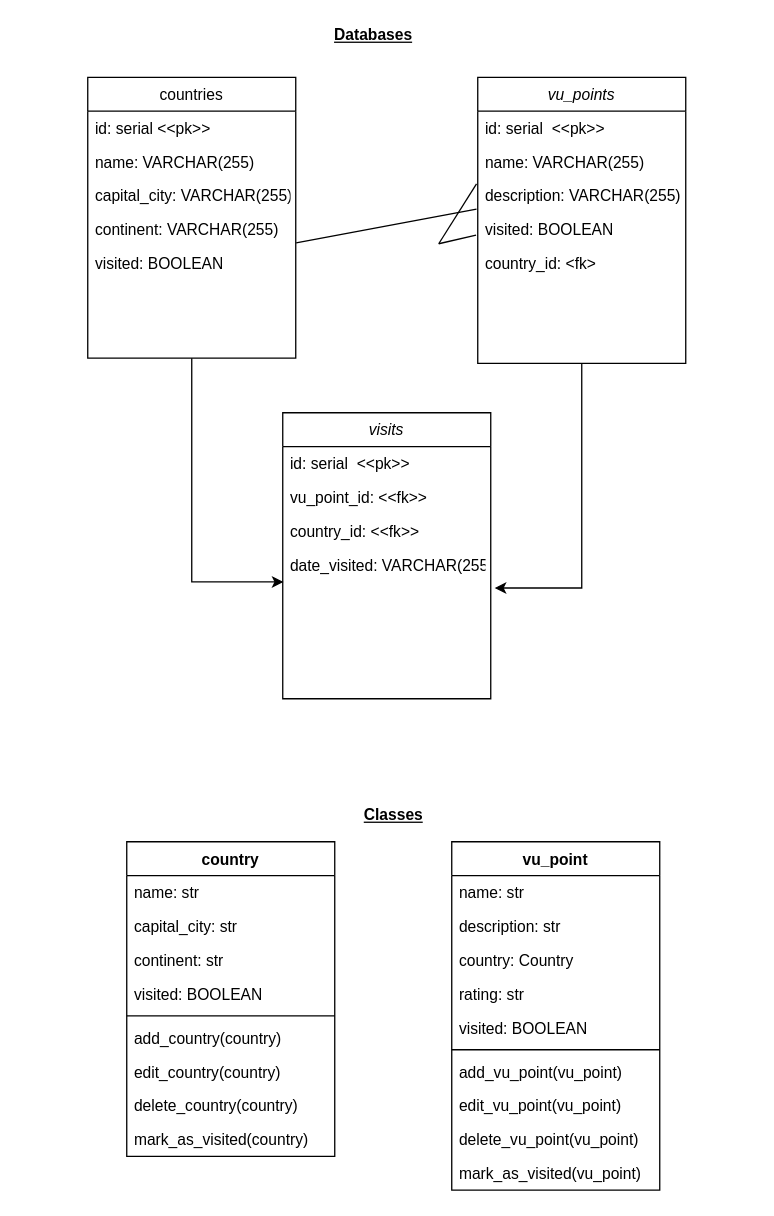
This is vu_app_diagrams.drawio from crwils/VU-TravelTrackerApp, a draw.io file, before an edit. Source tidied: cells renumbered, new cells numbered last; positions are measured from the earlier drawing's top-left corner, leaving out a move shared by most shapes. Both pictures are drawn from the tidied source at 130%, with x=0, y=0 at pixel (87, 22).
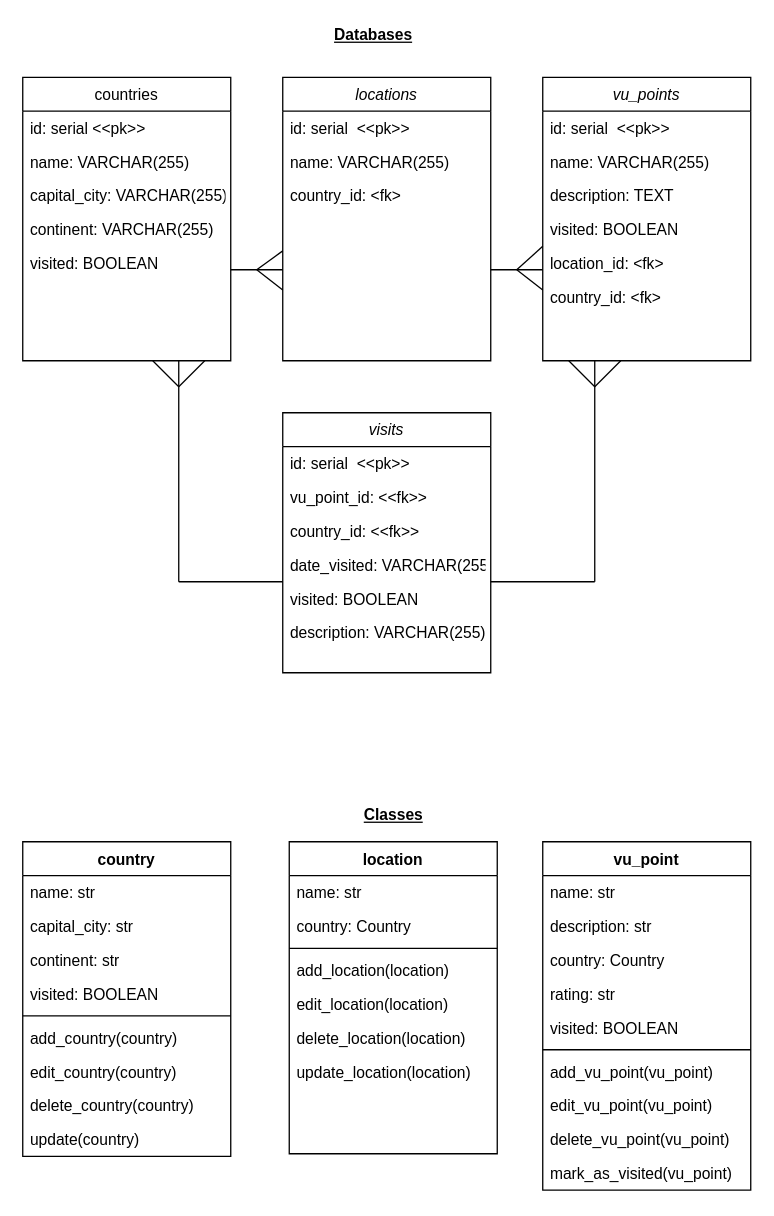
Above is the later version.

Unchanged cells that the change refers to:
```xml
<mxCell id="7" value="continent: VARCHAR(255)" style="text;align=left;verticalAlign=top;spacingLeft=4;spacingRight=4;overflow=hidden;points=[[0,0.5],[1,0.5]];portConstraint=eastwest;rounded=0;shadow=0;html=0;" parent="3" vertex="1">
  <mxGeometry y="104" width="160" height="26" as="geometry" />
</mxCell>
<mxCell id="14" value="visited: BOOLEAN" style="text;align=left;verticalAlign=top;spacingLeft=4;spacingRight=4;overflow=hidden;points=[[0,0.5],[1,0.5]];portConstraint=eastwest;rounded=0;shadow=0;html=0;" parent="10" vertex="1">
  <mxGeometry y="104" width="160" height="26" as="geometry" />
</mxCell>
```

What changed in the source:
```diff
@@
-    <mxCell id="2" style="edgeStyle=orthogonalEdgeStyle;rounded=0;jettySize=auto;html=1;exitX=0.5;exitY=1;exitDx=0;exitDy=0;entryX=0.004;entryY=0.005;entryDx=0;entryDy=0;entryPerimeter=0;" parent="1" edge="1" source="3">
-      <mxGeometry relative="1" as="geometry">
-        <mxPoint x="150.6" y="430.1" as="targetPoint" />
-        <Array as="points">
-          <mxPoint x="80" y="430" />
-        </Array>
-      </mxGeometry>
-    </mxCell>
     <mxCell id="3" value="countries" style="swimlane;fontStyle=0;align=center;verticalAlign=top;horizontal=1;startSize=26;rounded=0;shadow=0;strokeWidth=1;" parent="1" vertex="1">
-      <mxGeometry y="42" width="160" height="216" as="geometry" />
+      <mxGeometry x="-50" y="42" width="160" height="218" as="geometry" />
     </mxCell>
@@
-    <mxCell id="9" style="edgeStyle=orthogonalEdgeStyle;rounded=0;jettySize=auto;html=1;entryX=1.019;entryY=0.186;entryDx=0;entryDy=0;entryPerimeter=0;" parent="1" edge="1" source="10">
-      <mxGeometry relative="1" as="geometry">
-        <mxPoint x="313" y="434.8" as="targetPoint" />
-        <Array as="points">
-          <mxPoint x="380" y="435" />
-        </Array>
-      </mxGeometry>
-    </mxCell>
     <mxCell id="10" value="vu_points" style="swimlane;fontStyle=2;align=center;verticalAlign=top;horizontal=1;startSize=26;rounded=0;shadow=0;strokeWidth=1;" parent="1" vertex="1">
-      <mxGeometry x="300" y="42" width="160" height="220" as="geometry" />
+      <mxGeometry x="350" y="42" width="160" height="218" as="geometry" />
     </mxCell>
@@
-    <mxCell id="13" value="description: VARCHAR(255)" style="text;align=left;verticalAlign=top;spacingLeft=4;spacingRight=4;overflow=hidden;points=[[0,0.5],[1,0.5]];portConstraint=eastwest;rounded=0;shadow=0;html=0;" parent="10" vertex="1">
+    <mxCell id="13" value="description: TEXT" style="text;align=left;verticalAlign=top;spacingLeft=4;spacingRight=4;overflow=hidden;points=[[0,0.5],[1,0.5]];portConstraint=eastwest;rounded=0;shadow=0;html=0;" parent="10" vertex="1">
       <mxGeometry y="78" width="160" height="26" as="geometry" />
     </mxCell>
@@
+    <mxCell id="47" value="location_id: &lt;fk&gt;" style="text;align=left;verticalAlign=top;spacingLeft=4;spacingRight=4;overflow=hidden;rounded=0;shadow=0;html=0;" parent="10" vertex="1">
+      <mxGeometry y="130" width="160" height="26" as="geometry" />
+    </mxCell>
     <mxCell id="15" value="country_id: &lt;fk&gt;" style="text;align=left;verticalAlign=top;spacingLeft=4;spacingRight=4;overflow=hidden;rounded=0;shadow=0;html=0;" parent="10" vertex="1">
-      <mxGeometry y="130" width="160" height="26" as="geometry" />
+      <mxGeometry y="156" width="160" height="26" as="geometry" />
     </mxCell>
@@
     <mxCell id="17" value="visits&#10;" style="swimlane;fontStyle=2;align=center;verticalAlign=top;horizontal=1;startSize=26;rounded=0;shadow=0;strokeWidth=1;" parent="1" vertex="1">
-      <mxGeometry x="150" y="300" width="160" height="220" as="geometry" />
+      <mxGeometry x="150" y="300" width="160" height="200" as="geometry" />
     </mxCell>
@@
+    <mxCell id="48" value="visited: BOOLEAN" style="text;align=left;verticalAlign=top;spacingLeft=4;spacingRight=4;overflow=hidden;points=[[0,0.5],[1,0.5]];portConstraint=eastwest;rounded=0;shadow=0;html=0;" parent="17" vertex="1">
+      <mxGeometry y="130" width="160" height="26" as="geometry" />
+    </mxCell>
+    <mxCell id="49" value="description: VARCHAR(255)" style="text;align=left;verticalAlign=top;spacingLeft=4;spacingRight=4;overflow=hidden;rounded=0;shadow=0;html=0;" parent="17" vertex="1">
+      <mxGeometry y="156" width="160" height="26" as="geometry" />
+    </mxCell>
@@
     <mxCell id="23" value="country" style="swimlane;fontStyle=1;align=center;verticalAlign=top;horizontal=1;startSize=26;" parent="1" vertex="1">
-      <mxGeometry x="30" y="630" width="160" height="242" as="geometry" />
+      <mxGeometry x="-50" y="630" width="160" height="242" as="geometry" />
     </mxCell>
@@
-    <mxCell id="32" value="mark_as_visited(country)" style="text;strokeColor=none;fillColor=none;align=left;verticalAlign=top;spacingLeft=4;spacingRight=4;overflow=hidden;" parent="23" vertex="1">
+    <mxCell id="32" value="update(country)" style="text;strokeColor=none;fillColor=none;align=left;verticalAlign=top;spacingLeft=4;spacingRight=4;overflow=hidden;" parent="23" vertex="1">
       <mxGeometry y="216" width="160" height="26" as="geometry" />
     </mxCell>
     <mxCell id="33" value="vu_point" style="swimlane;fontStyle=1;align=center;verticalAlign=top;horizontal=1;startSize=26;" parent="1" vertex="1">
-      <mxGeometry x="280" y="630" width="160" height="268" as="geometry" />
+      <mxGeometry x="350" y="630" width="160" height="268" as="geometry" />
     </mxCell>
@@
-    <mxCell id="44" style="endArrow=none;html=1;exitX=1.002;exitY=0.897;exitDx=0;exitDy=0;exitPerimeter=0;entryX=-0.006;entryY=0.897;entryDx=0;entryDy=0;entryPerimeter=0;" parent="1" edge="1" source="7" target="13">
-      <mxGeometry relative="1" as="geometry" />
-    </mxCell>
-    <mxCell id="45" style="endArrow=none;html=1;entryX=-0.008;entryY=0.667;entryDx=0;entryDy=0;entryPerimeter=0;" parent="1" edge="1" target="14">
-      <mxGeometry relative="1" as="geometry">
-        <mxPoint x="270" y="170" as="sourcePoint" />
-      </mxGeometry>
-    </mxCell>
-    <mxCell id="46" style="endArrow=none;html=1;entryX=-0.006;entryY=0.154;entryDx=0;entryDy=0;entryPerimeter=0;" parent="1" edge="1" target="13">
-      <mxGeometry relative="1" as="geometry">
-        <mxPoint x="270" y="170" as="sourcePoint" />
-      </mxGeometry>
-    </mxCell>
+    <mxCell id="50" value="locations" style="swimlane;fontStyle=2;align=center;verticalAlign=top;horizontal=1;startSize=26;rounded=0;shadow=0;strokeWidth=1;" parent="1" vertex="1">
+      <mxGeometry x="150" y="42" width="160" height="218" as="geometry" />
+    </mxCell>
+    <mxCell id="51" value="id: serial  &lt;&lt;pk&gt;&gt;" style="text;align=left;verticalAlign=top;spacingLeft=4;spacingRight=4;overflow=hidden;" parent="50" vertex="1">
+      <mxGeometry y="26" width="160" height="26" as="geometry" />
+    </mxCell>
+    <mxCell id="52" value="name: VARCHAR(255)" style="text;align=left;verticalAlign=top;spacingLeft=4;spacingRight=4;overflow=hidden;rounded=0;shadow=0;html=0;" parent="50" vertex="1">
+      <mxGeometry y="52" width="160" height="26" as="geometry" />
+    </mxCell>
+    <mxCell id="53" value="country_id: &lt;fk&gt;" style="text;align=left;verticalAlign=top;spacingLeft=4;spacingRight=4;overflow=hidden;rounded=0;shadow=0;html=0;" parent="50" vertex="1">
+      <mxGeometry y="78" width="160" height="26" as="geometry" />
+    </mxCell>
+    <mxCell id="54" style="endArrow=none;html=1;" parent="1" edge="1">
+      <mxGeometry relative="1" as="geometry">
+        <mxPoint x="110" y="190" as="sourcePoint" />
+        <mxPoint x="150" y="190" as="targetPoint" />
+      </mxGeometry>
+    </mxCell>
+    <mxCell id="55" style="endArrow=none;html=1;" parent="1" edge="1">
+      <mxGeometry relative="1" as="geometry">
+        <mxPoint x="310" y="190" as="sourcePoint" />
+        <mxPoint x="350" y="190" as="targetPoint" />
+      </mxGeometry>
+    </mxCell>
+    <mxCell id="56" style="endArrow=none;html=1;entryX=0;entryY=0.75;entryDx=0;entryDy=0;" parent="1" edge="1" target="50">
+      <mxGeometry relative="1" as="geometry">
+        <mxPoint x="130" y="190" as="sourcePoint" />
+      </mxGeometry>
+    </mxCell>
+    <mxCell id="57" style="endArrow=none;html=1;entryX=0;entryY=0.75;entryDx=0;entryDy=0;" parent="1" edge="1">
+      <mxGeometry relative="1" as="geometry">
+        <mxPoint x="130" y="190" as="sourcePoint" />
+        <mxPoint x="150" y="175.5" as="targetPoint" />
+      </mxGeometry>
+    </mxCell>
+    <mxCell id="58" style="endArrow=none;html=1;entryX=0;entryY=0.75;entryDx=0;entryDy=0;" parent="1" edge="1">
+      <mxGeometry relative="1" as="geometry">
+        <mxPoint x="330" y="190" as="sourcePoint" />
+        <mxPoint x="350" y="205.5" as="targetPoint" />
+      </mxGeometry>
+    </mxCell>
+    <mxCell id="59" style="endArrow=none;html=1;" parent="1" edge="1">
+      <mxGeometry relative="1" as="geometry">
+        <mxPoint x="330" y="190" as="sourcePoint" />
+        <mxPoint x="350" y="172" as="targetPoint" />
+      </mxGeometry>
+    </mxCell>
+    <mxCell id="60" style="endArrow=none;html=1;" parent="1" edge="1">
+      <mxGeometry relative="1" as="geometry">
+        <mxPoint x="70" y="430" as="sourcePoint" />
+        <mxPoint x="70" y="260" as="targetPoint" />
+      </mxGeometry>
+    </mxCell>
+    <mxCell id="61" style="endArrow=none;html=1;entryX=0;entryY=0;entryDx=0;entryDy=0;entryPerimeter=0;" parent="1" edge="1" target="48">
+      <mxGeometry relative="1" as="geometry">
+        <mxPoint x="70" y="430" as="sourcePoint" />
+      </mxGeometry>
+    </mxCell>
+    <mxCell id="62" style="endArrow=none;html=1;" parent="1" edge="1">
+      <mxGeometry relative="1" as="geometry">
+        <mxPoint x="390" y="430" as="sourcePoint" />
+        <mxPoint x="390" y="260" as="targetPoint" />
+      </mxGeometry>
+    </mxCell>
+    <mxCell id="63" style="endArrow=none;html=1;entryX=0;entryY=0;entryDx=0;entryDy=0;entryPerimeter=0;" parent="1" edge="1">
+      <mxGeometry relative="1" as="geometry">
+        <mxPoint x="310" y="430" as="sourcePoint" />
+        <mxPoint x="390" y="430" as="targetPoint" />
+      </mxGeometry>
+    </mxCell>
+    <mxCell id="64" style="endArrow=none;html=1;" parent="1" edge="1">
+      <mxGeometry relative="1" as="geometry">
+        <mxPoint x="70" y="280" as="sourcePoint" />
+        <mxPoint x="90" y="260" as="targetPoint" />
+      </mxGeometry>
+    </mxCell>
+    <mxCell id="65" style="endArrow=none;html=1;" parent="1" edge="1">
+      <mxGeometry relative="1" as="geometry">
+        <mxPoint x="70" y="280" as="sourcePoint" />
+        <mxPoint x="50" y="260" as="targetPoint" />
+      </mxGeometry>
+    </mxCell>
+    <mxCell id="66" style="endArrow=none;html=1;" parent="1" edge="1">
+      <mxGeometry relative="1" as="geometry">
+        <mxPoint x="390" y="280" as="sourcePoint" />
+        <mxPoint x="370" y="260" as="targetPoint" />
+      </mxGeometry>
+    </mxCell>
+    <mxCell id="67" style="endArrow=none;html=1;" parent="1" edge="1">
+      <mxGeometry relative="1" as="geometry">
+        <mxPoint x="390" y="280" as="sourcePoint" />
+        <mxPoint x="410" y="260" as="targetPoint" />
+      </mxGeometry>
+    </mxCell>
+    <mxCell id="68" value="location" style="swimlane;fontStyle=1;align=center;verticalAlign=top;horizontal=1;startSize=26;rounded=0;shadow=0;strokeWidth=1;" parent="1" vertex="1">
+      <mxGeometry x="155" y="630" width="160" height="240" as="geometry" />
+    </mxCell>
+    <mxCell id="69" value="name: str" style="text;align=left;verticalAlign=top;spacingLeft=4;spacingRight=4;overflow=hidden;" parent="68" vertex="1">
+      <mxGeometry y="26" width="160" height="26" as="geometry" />
+    </mxCell>
+    <mxCell id="70" value="country: Country" style="text;align=left;verticalAlign=top;spacingLeft=4;spacingRight=4;overflow=hidden;rounded=0;shadow=0;html=0;" parent="68" vertex="1">
+      <mxGeometry y="52" width="160" height="26" as="geometry" />
+    </mxCell>
+    <mxCell id="71" style="line;strokeWidth=1;fillColor=none;align=left;verticalAlign=middle;spacingTop=-1;spacingLeft=3;spacingRight=3;labelPosition=right;" parent="68" vertex="1">
+      <mxGeometry y="78" width="160" height="8" as="geometry" />
+    </mxCell>
+    <mxCell id="72" value="add_location(location)" style="text;strokeColor=none;fillColor=none;align=left;verticalAlign=top;spacingLeft=4;spacingRight=4;overflow=hidden;" parent="68" vertex="1">
+      <mxGeometry y="86" width="160" height="26" as="geometry" />
+    </mxCell>
+    <mxCell id="73" value="edit_location(location)" style="text;strokeColor=none;fillColor=none;align=left;verticalAlign=top;spacingLeft=4;spacingRight=4;overflow=hidden;" parent="68" vertex="1">
+      <mxGeometry y="112" width="160" height="26" as="geometry" />
+    </mxCell>
+    <mxCell id="74" value="delete_location(location)" style="text;strokeColor=none;fillColor=none;align=left;verticalAlign=top;spacingLeft=4;spacingRight=4;overflow=hidden;" parent="68" vertex="1">
+      <mxGeometry y="138" width="160" height="26" as="geometry" />
+    </mxCell>
+    <mxCell id="75" value="update_location(location)" style="text;strokeColor=none;fillColor=none;align=left;verticalAlign=top;spacingLeft=4;spacingRight=4;overflow=hidden;" parent="68" vertex="1">
+      <mxGeometry y="164" width="160" height="26" as="geometry" />
+    </mxCell>
```
